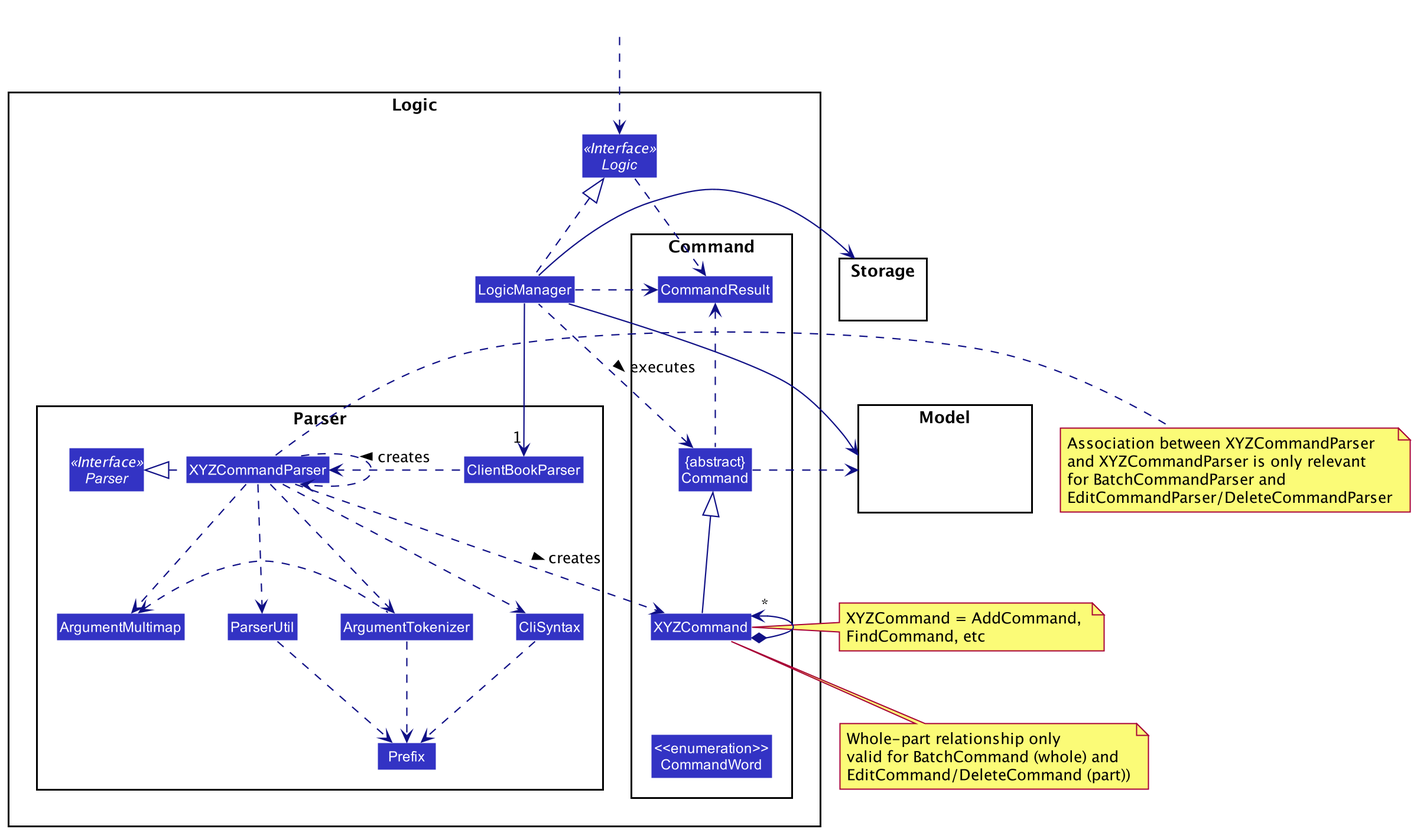
nus-cs2103-AY2021S2/tp keeps this PlantUML diagram as docs/images/LogicClassDiagram.png. Above is the earlier version.
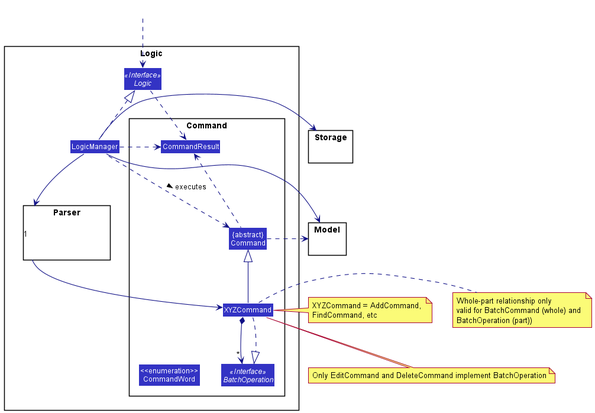
The same file after the commit.

The edit, as a diff of the source:
```diff
@@ -7,14 +7,7 @@
 package Logic {
 
 package Parser {
-Interface Parser <<Interface>>
-Class ClientBookParser
-Class XYZCommandParser
-Class CliSyntax
-Class ParserUtil
-Class ArgumentMultimap
-Class ArgumentTokenizer
-Class Prefix
+Class HiddenModel #FFFFFF
 }
 
 package Command {
@@ -22,6 +15,7 @@
 Class CommandResult
 Class "{abstract}\nCommand" as Command
 Enum "<<enumeration>>\nCommandWord" as CommandWord
+Interface BatchOperation <<Interface>>
 }
 
 Interface Logic <<Interface>>
@@ -40,37 +34,28 @@
 HiddenOutside ..> Logic
 
 LogicManager .up.|> Logic
-LogicManager -->"1" ClientBookParser
-ClientBookParser .left.> XYZCommandParser: creates >
+LogicManager -down->"1" Parser
+Parser --> XYZCommand
 
-XYZCommandParser ..> XYZCommandParser
-XYZCommandParser ..> XYZCommand : creates >
-XYZCommandParser .left.|> Parser
-XYZCommandParser ..> ArgumentMultimap
-XYZCommandParser ..> ArgumentTokenizer
-ArgumentTokenizer .left.> ArgumentMultimap
-XYZCommandParser ..> CliSyntax
-CliSyntax ..> Prefix
-XYZCommandParser ..> ParserUtil
-ParserUtil .down.> Prefix
-ArgumentTokenizer .down.> Prefix
 XYZCommand -up-|> Command
-XYZCommand *-left-> "*" XYZCommand
+XYZCommand *-down-> "*" BatchOperation
+XYZCommand ..|> BatchOperation
+
 LogicManager .left.> Command : executes >
-
 LogicManager --> Model
 LogicManager --> Storage
 Storage --[hidden] Model
 Command .[hidden]up.> Storage
 Command .right.> Model
-note right of XYZCommand: XYZCommand = AddCommand, \nFindCommand, etc
-note bottom of XYZCommand: Whole-part relationship only \nvalid for BatchCommand (whole) and \nEditCommand/DeleteCommand (part))
-
 
 Logic ..> CommandResult
 LogicManager .down.> CommandResult
 Command .up.> CommandResult
+
 CommandResult -[hidden]-> Parser
 CommandWord -[hidden]up-> XYZCommand
-note right of XYZCommandParser: Association between XYZCommandParser \nand XYZCommandParser is only relevant \nfor BatchCommandParser and \nEditCommandParser/DeleteCommandParser
+
+note right of XYZCommand: XYZCommand = AddCommand, \nFindCommand, etc
+note right of XYZCommand: Whole-part relationship only \nvalid for BatchCommand (whole) and \nBatchOperation (part))
+note bottom of XYZCommand: Only EditCommand and DeleteCommand implement BatchOperation
 @enduml
```
